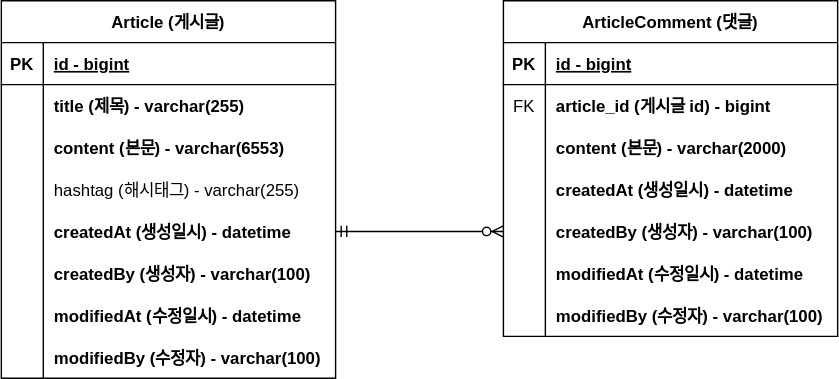
This is document/project-board-erd.svg from DEVZZAME/springboot-web-board, a draw.io export, as it was before one commit. Source tidied: cells renumbered, new cells last; positions are measured from the earlier drawing's top-left corner, leaving out a move shared by most shapes.
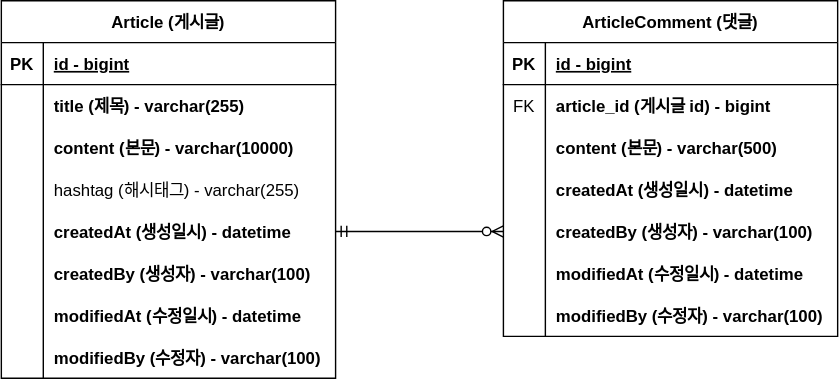
The same diagram one commit later.

Commit message:
#10 - erd 업데이트 : content 사이즈 변경

Change to the diagram source:
```diff
@@ -29,7 +29,7 @@
     <mxCell id="10" style="shape=partialRectangle;fillColor=none;top=0;left=0;bottom=0;right=0;overflow=hidden;" parent="9" vertex="1">
       <mxGeometry width="30" height="30" as="geometry" />
     </mxCell>
-    <mxCell id="11" value="content (본문) - varchar(6553)" style="shape=partialRectangle;fillColor=none;top=0;left=0;bottom=0;right=0;align=left;spacingLeft=6;overflow=hidden;fontStyle=1;" parent="9" vertex="1">
+    <mxCell id="11" value="content (본문) - varchar(10000)" style="shape=partialRectangle;fillColor=none;top=0;left=0;bottom=0;right=0;align=left;spacingLeft=6;overflow=hidden;fontStyle=1;" parent="9" vertex="1">
       <mxGeometry x="30" width="209" height="30" as="geometry" />
     </mxCell>
     <mxCell id="12" style="shape=tableRow;horizontal=0;startSize=0;swimlaneHead=0;swimlaneBody=0;fillColor=none;top=0;left=0;right=0;bottom=0;" parent="2" vertex="1">
@@ -104,7 +104,7 @@
     <mxCell id="35" style="shape=partialRectangle;fillColor=none;top=0;left=0;bottom=0;right=0;overflow=hidden;" parent="34" vertex="1">
       <mxGeometry width="30" height="30" as="geometry" />
     </mxCell>
-    <mxCell id="36" value="content (본문) - varchar(2000)" style="shape=partialRectangle;fillColor=none;top=0;left=0;bottom=0;right=0;align=left;spacingLeft=6;overflow=hidden;fontStyle=1;" parent="34" vertex="1">
+    <mxCell id="36" value="content (본문) - varchar(500)" style="shape=partialRectangle;fillColor=none;top=0;left=0;bottom=0;right=0;align=left;spacingLeft=6;overflow=hidden;fontStyle=1;" parent="34" vertex="1">
       <mxGeometry x="30" width="209" height="30" as="geometry" />
     </mxCell>
     <mxCell id="37" style="shape=tableRow;horizontal=0;startSize=0;swimlaneHead=0;swimlaneBody=0;fillColor=none;top=0;left=0;right=0;bottom=0;" parent="27" vertex="1">
```
